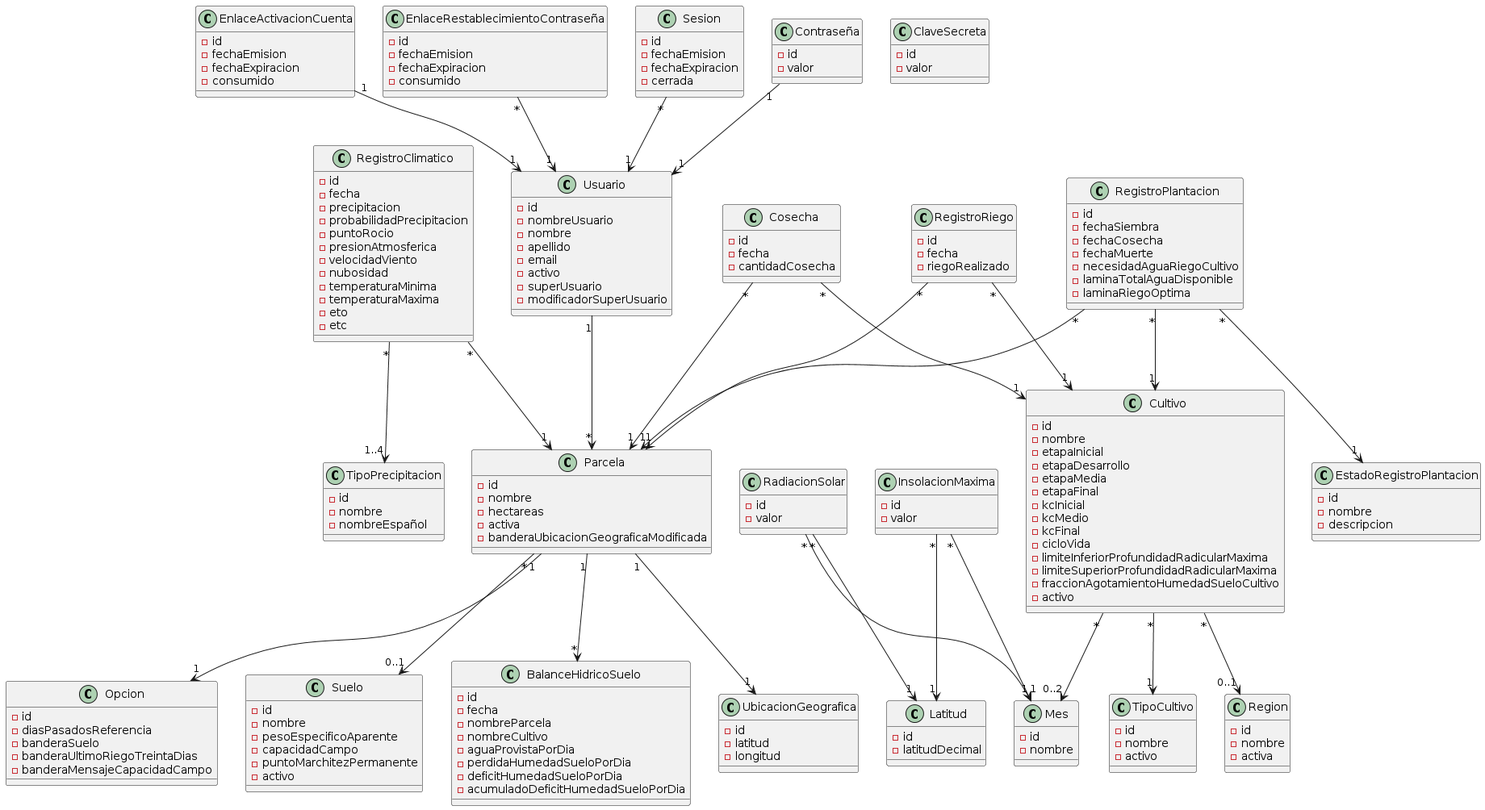
facundopaez-dev/sistema-web-riego keeps this PlantUML diagram as docs/domain model/Modelo de dominio.png. Above is the earlier version.
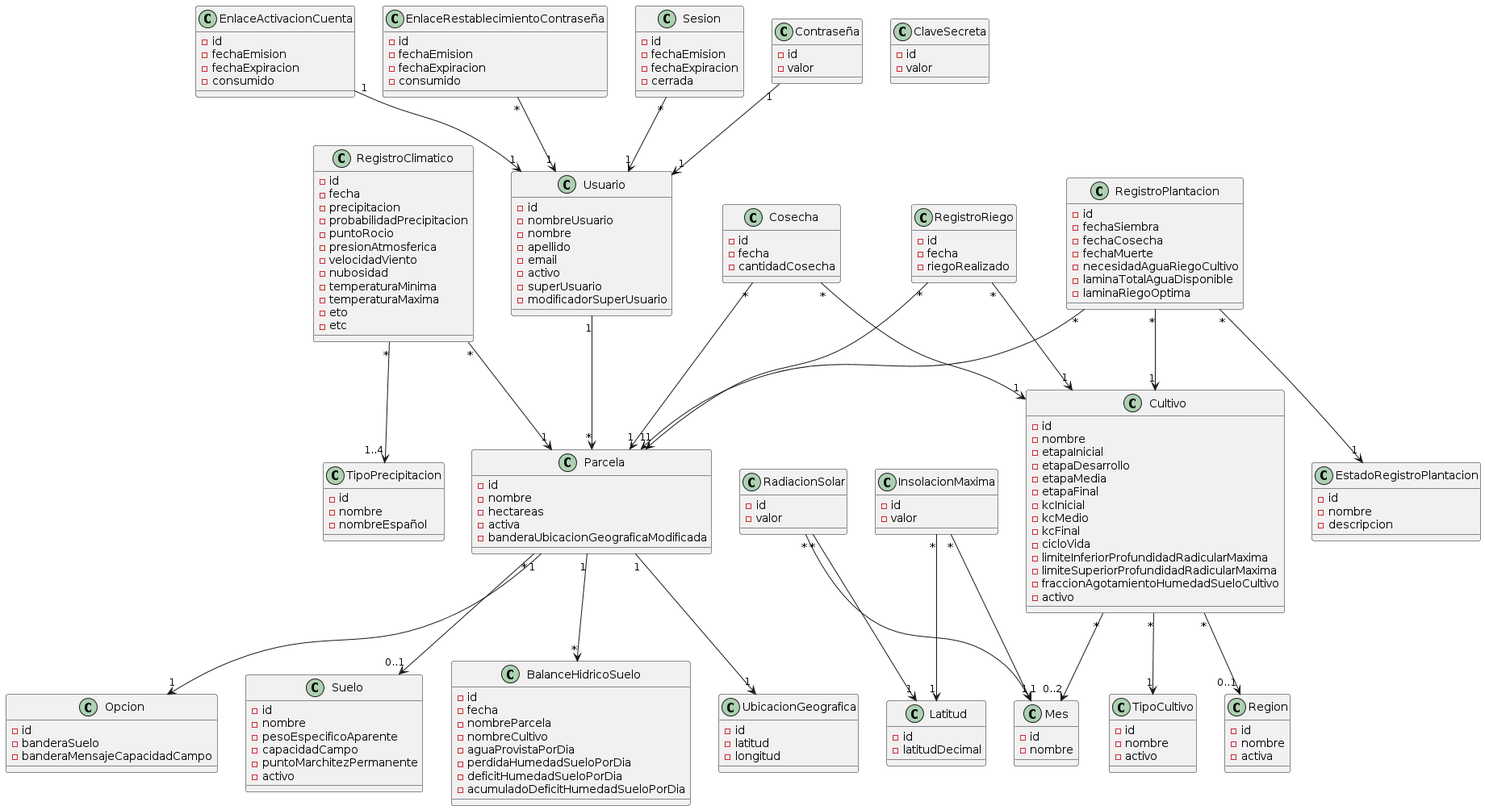
After the commit.

Commit message:
Modificación del modelo de dominio

Diff of the diagram source:
```diff
@@ -113,9 +113,7 @@
 
 class Opcion {
 -id
--diasPasadosReferencia
 -banderaSuelo
--banderaUltimoRiegoTreintaDias
 -banderaMensajeCapacidadCampo
 }
 
```
